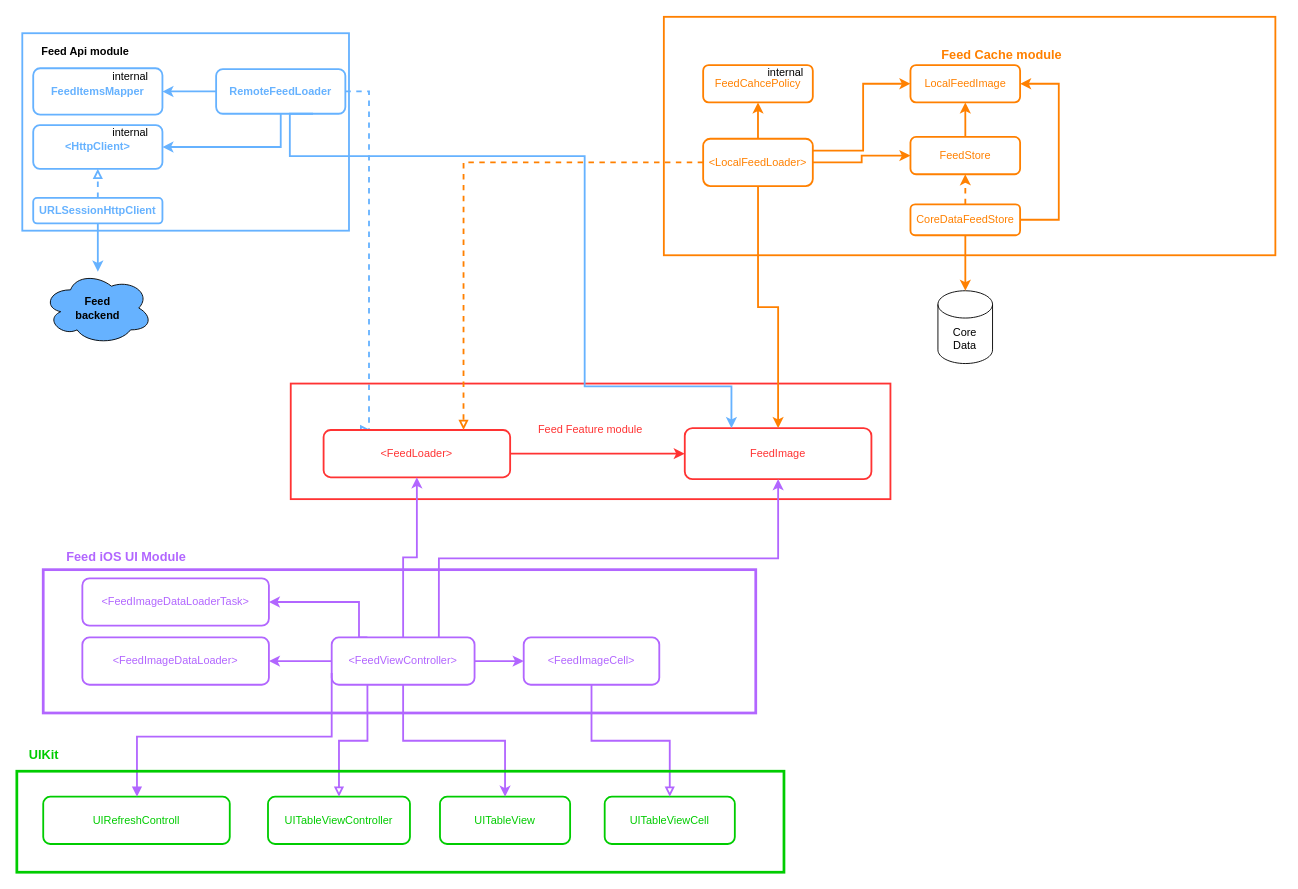
ispiryan/FeedApp keeps this draw.io diagram as FeedAppDiagram.drawio. Above is the earlier version. Source tidied: cells renumbered, new cells numbered last; positions are measured from the earlier drawing's top-left corner, leaving out a move shared by most shapes. Both pictures are drawn from the tidied source at 91%, with x=0, y=0 at pixel (16, 16).
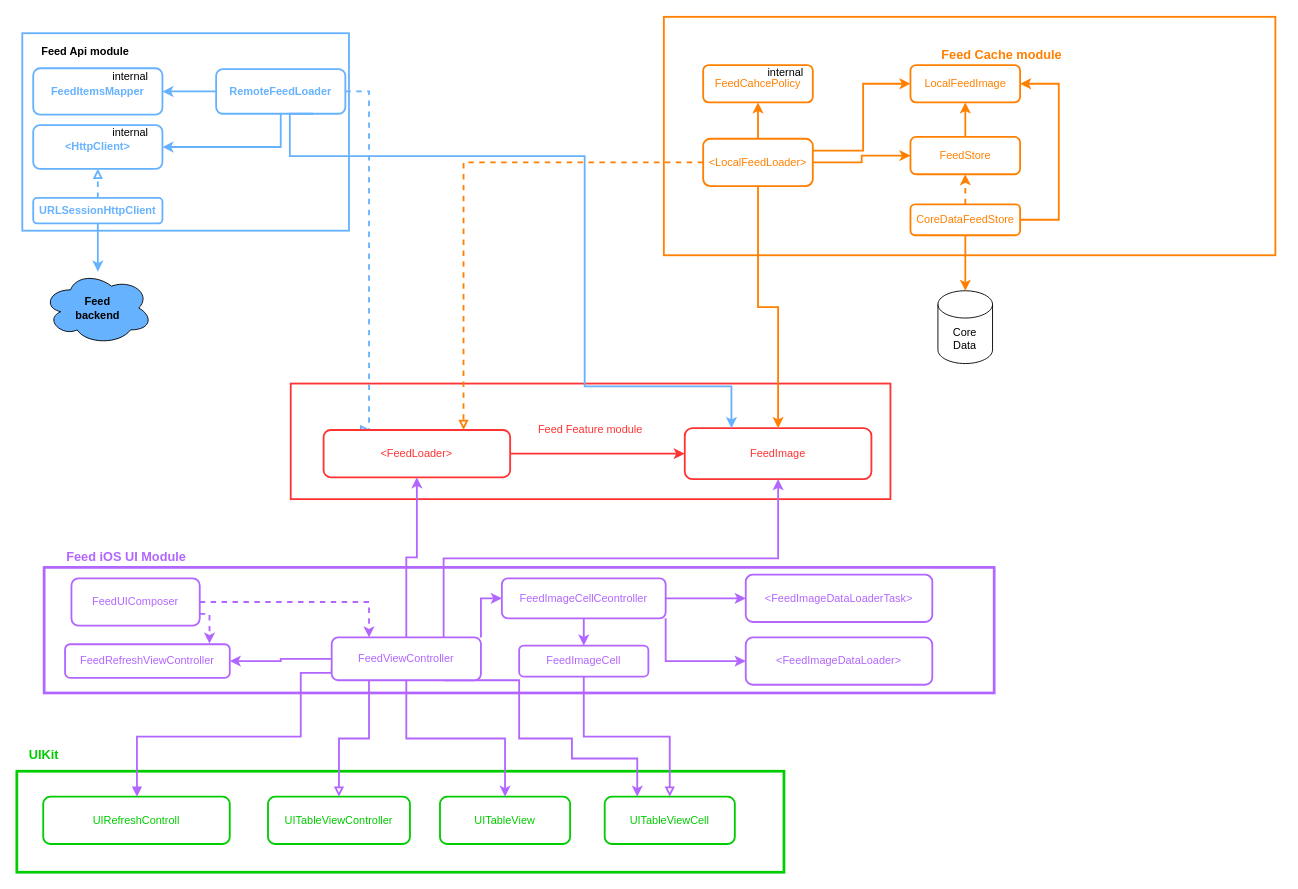
After the change.

The change refers to these unchanged cells:
```xml
<mxCell id="45" value="UIRefreshControll" style="rounded=1;whiteSpace=wrap;html=1;fontColor=#00CC00;strokeColor=#00CC00;strokeWidth=2;" parent="1" vertex="1">
  <mxGeometry x="29" y="857" width="205" height="52" as="geometry" />
</mxCell>
<mxCell id="48" value="UITableViewCell" style="rounded=1;whiteSpace=wrap;html=1;fontColor=#00CC00;strokeColor=#00CC00;strokeWidth=2;" parent="1" vertex="1">
  <mxGeometry x="646" y="857" width="143" height="52" as="geometry" />
</mxCell>
```

What changed in the source:
```diff
@@
+    <mxCell id="63" style="rounded=0;whiteSpace=wrap;html=1;strokeColor=#00CC00;strokeWidth=3;fontSize=14;fontColor=#00CC00;fillColor=none;" parent="1" vertex="1">
+      <mxGeometry y="829" width="843" height="111" as="geometry" />
+    </mxCell>
@@
-    <mxCell id="49" style="group;" parent="1" vertex="1">
-      <mxGeometry x="29" y="577.5" width="783" height="187.5" as="geometry" />
-    </mxCell>
-    <mxCell id="50" style="rounded=0;whiteSpace=wrap;html=1;strokeColor=#B266FF;fontColor=#B266FF;fillColor=none;strokeWidth=3;" parent="49" vertex="1">
-      <mxGeometry y="30" width="783" height="157.5" as="geometry" />
-    </mxCell>
-    <mxCell id="51" value="&lt;font&gt;&amp;lt;FeedImageDataLoaderTask&amp;gt;&lt;/font&gt;" style="rounded=1;whiteSpace=wrap;html=1;fontColor=#B266FF;strokeColor=#B266FF;strokeWidth=2;" parent="49" vertex="1">
-      <mxGeometry x="43" y="39.5" width="205" height="52" as="geometry" />
-    </mxCell>
-    <mxCell id="52" value="&lt;font&gt;&amp;lt;FeedImageDataLoader&amp;gt;&lt;/font&gt;" style="rounded=1;whiteSpace=wrap;html=1;fontColor=#B266FF;strokeColor=#B266FF;strokeWidth=2;" parent="49" vertex="1">
-      <mxGeometry x="43" y="104.5" width="205" height="52" as="geometry" />
-    </mxCell>
-    <mxCell id="53" style="edgeStyle=orthogonalEdgeStyle;rounded=0;jettySize=auto;html=1;strokeColor=#B266FF;strokeWidth=2;fontColor=#B266FF;endArrow=classic;endFill=1;" parent="49" edge="1" source="55" target="52">
-      <mxGeometry relative="1" as="geometry" />
-    </mxCell>
-    <mxCell id="54" style="edgeStyle=orthogonalEdgeStyle;rounded=0;jettySize=auto;html=1;entryX=1;entryY=0.5;entryDx=0;entryDy=0;strokeColor=#B266FF;strokeWidth=2;fontColor=#B266FF;endArrow=classic;endFill=1;exitX=0.25;exitY=0;exitDx=0;exitDy=0;" parent="49" edge="1" source="55" target="51">
-      <mxGeometry relative="1" as="geometry">
-        <Array as="points">
-          <mxPoint x="347" y="65.5" />
-        </Array>
-      </mxGeometry>
-    </mxCell>
-    <mxCell id="55" value="&lt;font&gt;&amp;lt;FeedViewController&amp;gt;&lt;/font&gt;" style="rounded=1;whiteSpace=wrap;html=1;fontColor=#B266FF;strokeColor=#B266FF;strokeWidth=2;" parent="49" vertex="1">
-      <mxGeometry x="317" y="104.5" width="157" height="52" as="geometry" />
-    </mxCell>
-    <mxCell id="56" value="&lt;font&gt;&amp;lt;FeedImageCell&amp;gt;&lt;/font&gt;" style="rounded=1;whiteSpace=wrap;html=1;fontColor=#B266FF;strokeColor=#B266FF;strokeWidth=2;" parent="49" vertex="1">
-      <mxGeometry x="528" y="104.5" width="149" height="52" as="geometry" />
-    </mxCell>
-    <mxCell id="57" style="edgeStyle=orthogonalEdgeStyle;rounded=0;jettySize=auto;html=1;strokeColor=#B266FF;strokeWidth=2;fontColor=#B266FF;endArrow=classic;endFill=1;" parent="49" edge="1" source="55" target="56">
-      <mxGeometry relative="1" as="geometry" />
-    </mxCell>
-    <mxCell id="58" value="Feed iOS UI Module" style="text;html=1;strokeColor=none;fillColor=none;align=center;verticalAlign=middle;whiteSpace=wrap;rounded=0;fontColor=#B266FF;fontStyle=1;fontSize=14;" parent="49" vertex="1">
-      <mxGeometry x="6" width="171" height="30" as="geometry" />
-    </mxCell>
@@
     <mxCell id="62" style="edgeStyle=orthogonalEdgeStyle;rounded=0;jettySize=auto;html=1;exitX=0;exitY=0.75;exitDx=0;exitDy=0;strokeColor=#B266FF;strokeWidth=2;fontSize=14;fontColor=#00CC00;endArrow=block;endFill=1;" parent="1" edge="1" source="55" target="45">
       <mxGeometry relative="1" as="geometry">
         <Array as="points">
-          <mxPoint x="346" y="791" />
+          <mxPoint x="312" y="721" />
+          <mxPoint x="312" y="791" />
           <mxPoint x="132" y="791" />
         </Array>
       </mxGeometry>
     </mxCell>
-    <mxCell id="63" style="rounded=0;whiteSpace=wrap;html=1;strokeColor=#00CC00;strokeWidth=3;fontSize=14;fontColor=#00CC00;fillColor=none;" parent="1" vertex="1">
-      <mxGeometry y="829" width="843" height="111" as="geometry" />
-    </mxCell>
@@
+    <mxCell id="50" style="rounded=0;whiteSpace=wrap;html=1;strokeColor=#B266FF;fontColor=#B266FF;fillColor=none;strokeWidth=3;" parent="1" vertex="1">
+      <mxGeometry x="30" y="605" width="1044" height="138" as="geometry" />
+    </mxCell>
+    <mxCell id="51" value="&lt;font&gt;&amp;lt;FeedImageDataLoaderTask&amp;gt;&lt;/font&gt;" style="rounded=1;whiteSpace=wrap;html=1;fontColor=#B266FF;strokeColor=#B266FF;strokeWidth=2;" parent="1" vertex="1">
+      <mxGeometry x="801" y="613" width="205" height="52" as="geometry" />
+    </mxCell>
+    <mxCell id="52" value="&lt;font&gt;&amp;lt;FeedImageDataLoader&amp;gt;&lt;/font&gt;" style="rounded=1;whiteSpace=wrap;html=1;fontColor=#B266FF;strokeColor=#B266FF;strokeWidth=2;" parent="1" vertex="1">
+      <mxGeometry x="801" y="682" width="205" height="52" as="geometry" />
+    </mxCell>
+    <mxCell id="65" style="edgeStyle=orthogonalEdgeStyle;rounded=0;jettySize=auto;html=1;exitX=1;exitY=0;exitDx=0;exitDy=0;entryX=0;entryY=0.5;entryDx=0;entryDy=0;strokeColor=#B266FF;strokeWidth=2;" parent="1" edge="1" source="55" target="75">
+      <mxGeometry relative="1" as="geometry" />
+    </mxCell>
+    <mxCell id="66" style="edgeStyle=orthogonalEdgeStyle;rounded=0;jettySize=auto;html=1;strokeColor=#B266FF;strokeWidth=2;" parent="1" edge="1" source="55" target="71">
+      <mxGeometry relative="1" as="geometry" />
+    </mxCell>
+    <mxCell id="67" style="edgeStyle=orthogonalEdgeStyle;rounded=0;jettySize=auto;html=1;strokeColor=#B266FF;strokeWidth=2;exitX=0.75;exitY=1;exitDx=0;exitDy=0;entryX=0.25;entryY=0;entryDx=0;entryDy=0;" parent="1" edge="1" source="55" target="48">
+      <mxGeometry relative="1" as="geometry">
+        <Array as="points">
+          <mxPoint x="552" y="729" />
+          <mxPoint x="552" y="793" />
+          <mxPoint x="610" y="793" />
+          <mxPoint x="610" y="815" />
+          <mxPoint x="682" y="815" />
+        </Array>
+      </mxGeometry>
+    </mxCell>
+    <mxCell id="55" value="&lt;font&gt;FeedViewController&lt;/font&gt;" style="rounded=1;whiteSpace=wrap;html=1;fontColor=#B266FF;strokeColor=#B266FF;strokeWidth=2;" parent="1" vertex="1">
+      <mxGeometry x="346" y="682" width="164" height="47" as="geometry" />
+    </mxCell>
+    <mxCell id="56" value="&lt;font&gt;FeedImageCell&lt;/font&gt;" style="rounded=1;whiteSpace=wrap;html=1;fontColor=#B266FF;strokeColor=#B266FF;strokeWidth=2;" parent="1" vertex="1">
+      <mxGeometry x="552" y="691" width="142" height="34" as="geometry" />
+    </mxCell>
+    <mxCell id="58" value="Feed iOS UI Module" style="text;html=1;strokeColor=none;fillColor=none;align=center;verticalAlign=middle;whiteSpace=wrap;rounded=0;fontColor=#B266FF;fontStyle=1;fontSize=14;" parent="1" vertex="1">
+      <mxGeometry x="35" y="577.5" width="171" height="30" as="geometry" />
+    </mxCell>
+    <mxCell id="68" style="edgeStyle=orthogonalEdgeStyle;rounded=0;jettySize=auto;html=1;entryX=0.25;entryY=0;entryDx=0;entryDy=0;strokeColor=#B266FF;strokeWidth=2;dashed=1;" parent="1" edge="1" source="70" target="55">
+      <mxGeometry relative="1" as="geometry" />
+    </mxCell>
+    <mxCell id="69" style="edgeStyle=orthogonalEdgeStyle;rounded=0;jettySize=auto;html=1;exitX=1;exitY=0.75;exitDx=0;exitDy=0;entryX=0.877;entryY=-0.02;entryDx=0;entryDy=0;entryPerimeter=0;dashed=1;strokeColor=#B266FF;strokeWidth=2;" parent="1" edge="1" source="70" target="71">
+      <mxGeometry relative="1" as="geometry" />
+    </mxCell>
+    <mxCell id="70" value="&lt;font&gt;FeedUIComposer&lt;/font&gt;" style="rounded=1;whiteSpace=wrap;html=1;fontColor=#B266FF;strokeColor=#B266FF;strokeWidth=2;" parent="1" vertex="1">
+      <mxGeometry x="60" y="617" width="141" height="52" as="geometry" />
+    </mxCell>
+    <mxCell id="71" value="FeedRefreshViewController" style="rounded=1;whiteSpace=wrap;html=1;fontColor=#B266FF;strokeColor=#B266FF;strokeWidth=2;" parent="1" vertex="1">
+      <mxGeometry x="53" y="689.5" width="181" height="37" as="geometry" />
+    </mxCell>
+    <mxCell id="72" style="edgeStyle=orthogonalEdgeStyle;rounded=0;jettySize=auto;html=1;strokeColor=#B266FF;strokeWidth=2;" parent="1" edge="1" source="75" target="56">
+      <mxGeometry relative="1" as="geometry" />
+    </mxCell>
+    <mxCell id="73" style="edgeStyle=orthogonalEdgeStyle;rounded=0;jettySize=auto;html=1;strokeColor=#B266FF;strokeWidth=2;" parent="1" edge="1" source="75" target="51">
+      <mxGeometry relative="1" as="geometry" />
+    </mxCell>
+    <mxCell id="74" style="edgeStyle=orthogonalEdgeStyle;rounded=0;jettySize=auto;html=1;exitX=1;exitY=1;exitDx=0;exitDy=0;entryX=0;entryY=0.5;entryDx=0;entryDy=0;strokeColor=#B266FF;strokeWidth=2;" parent="1" edge="1" source="75" target="52">
+      <mxGeometry relative="1" as="geometry" />
+    </mxCell>
+    <mxCell id="75" value="&lt;font&gt;FeedImageCellCeontroller&lt;/font&gt;" style="rounded=1;whiteSpace=wrap;html=1;fontColor=#B266FF;strokeColor=#B266FF;strokeWidth=2;" parent="1" vertex="1">
+      <mxGeometry x="533" y="617" width="180" height="44" as="geometry" />
+    </mxCell>
```
